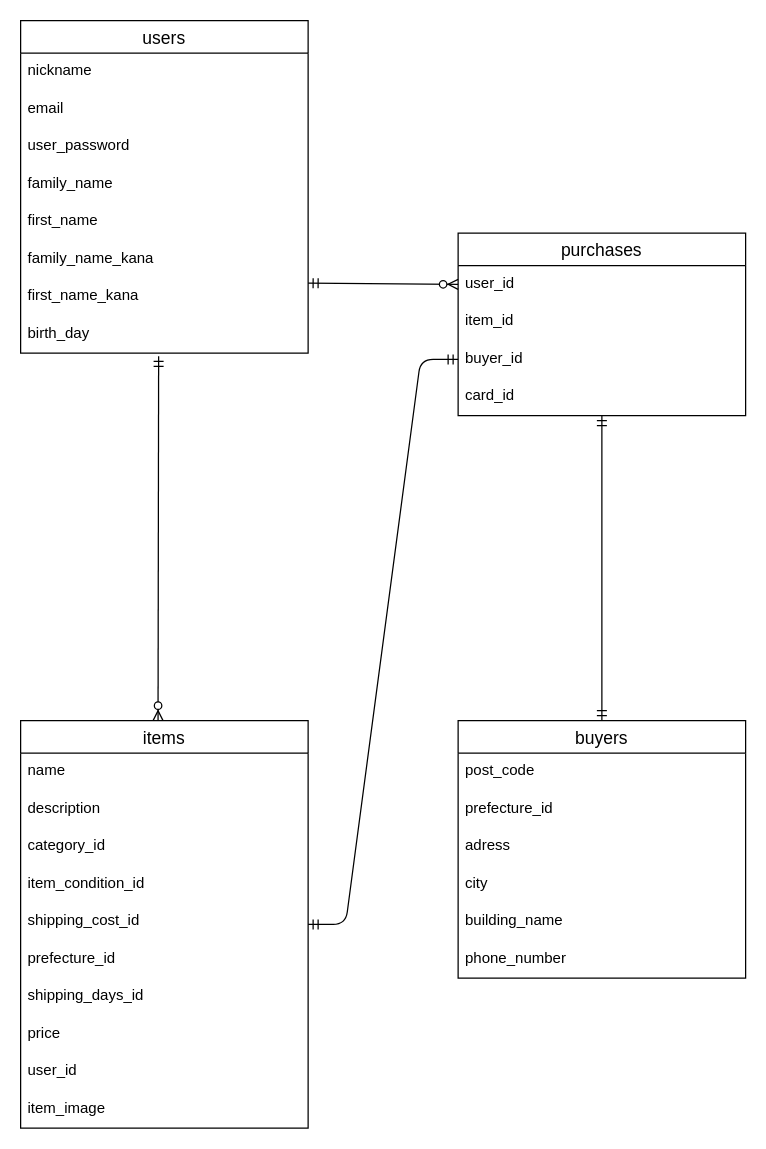
The draw.io diagram test.dio in daisen-you/furima-37337, before the edit. Source tidied: cells renumbered, new cells numbered last; positions are measured from the earlier drawing's top-left corner, leaving out a move shared by most shapes. Both pictures are drawn from the tidied source at 125%, with x=0, y=0 at pixel (20, 20).
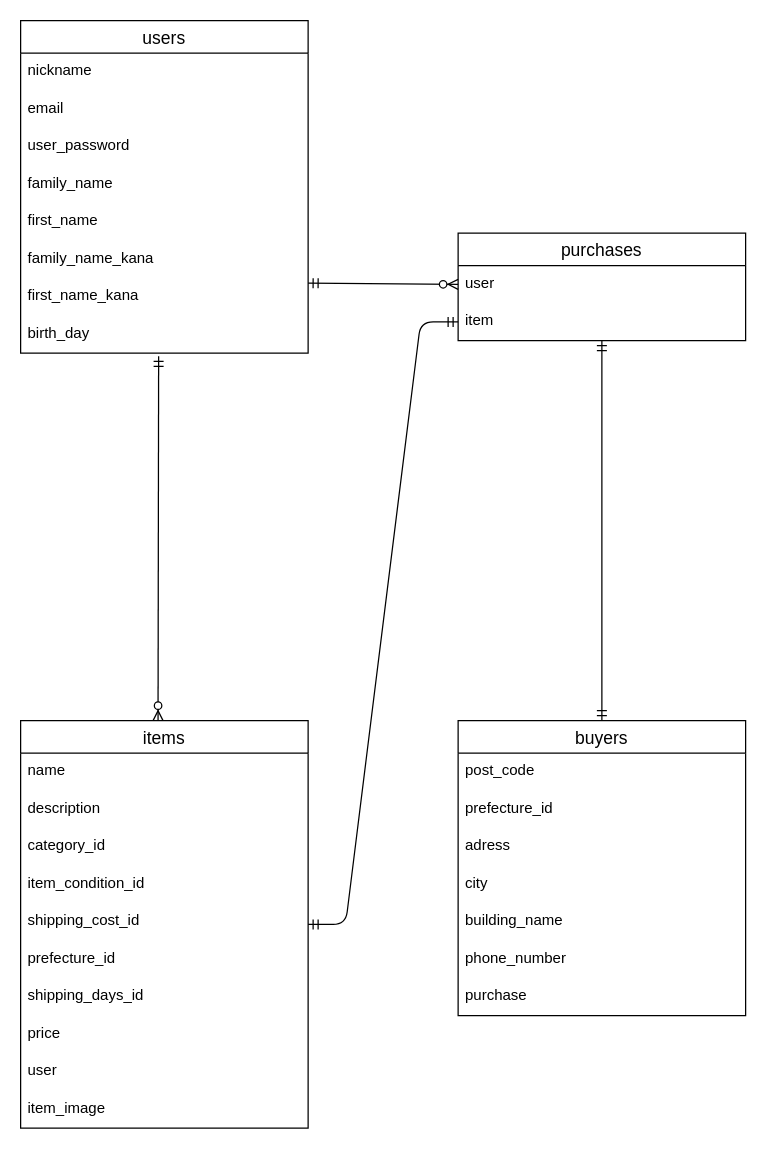
After the change.

The change refers to these unchanged cells:
```xml
<mxCell id="11" value="items" style="swimlane;fontStyle=0;horizontal=1;startSize=26;align=center;fontSize=14;" parent="1" vertex="1">
  <mxGeometry y="560" width="230" height="326" as="geometry" />
</mxCell>
```

Change to the diagram source:
```diff
@@
-    <mxCell id="20" value="user_id" style="text;strokeColor=none;fillColor=none;spacingLeft=4;spacingRight=4;overflow=hidden;fontSize=12;" parent="11" vertex="1">
+    <mxCell id="20" value="user" style="text;strokeColor=none;fillColor=none;spacingLeft=4;spacingRight=4;overflow=hidden;fontSize=12;" parent="11" vertex="1">
       <mxGeometry y="266" width="230" height="30" as="geometry" />
     </mxCell>
@@
     <mxCell id="22" value="buyers" style="swimlane;fontStyle=0;horizontal=1;startSize=26;align=center;fontSize=14;" parent="1" vertex="1">
-      <mxGeometry x="350" y="560" width="230" height="206" as="geometry" />
+      <mxGeometry x="350" y="560" width="230" height="236" as="geometry" />
     </mxCell>
@@
+    <mxCell id="34" value="purchase" style="text;strokeColor=none;fillColor=none;spacingLeft=4;spacingRight=4;overflow=hidden;fontSize=12;" parent="22" vertex="1">
+      <mxGeometry y="206" width="230" height="30" as="geometry" />
+    </mxCell>
@@
     <mxCell id="30" value="purchases" style="swimlane;fontStyle=0;horizontal=1;startSize=26;align=center;fontSize=14;" parent="1" vertex="1">
-      <mxGeometry x="350" y="170" width="230" height="146" as="geometry" />
+      <mxGeometry x="350" y="170" width="230" height="86" as="geometry" />
     </mxCell>
-    <mxCell id="31" value="user_id" style="text;strokeColor=none;fillColor=none;spacingLeft=4;spacingRight=4;overflow=hidden;points=[[0,0.5],[1,0.5]];portConstraint=eastwest;fontSize=12;" parent="30" vertex="1">
+    <mxCell id="31" value="user" style="text;strokeColor=none;fillColor=none;spacingLeft=4;spacingRight=4;overflow=hidden;points=[[0,0.5],[1,0.5]];portConstraint=eastwest;fontSize=12;" parent="30" vertex="1">
       <mxGeometry y="26" width="230" height="30" as="geometry" />
     </mxCell>
-    <mxCell id="32" value="item_id" style="text;strokeColor=none;fillColor=none;spacingLeft=4;spacingRight=4;overflow=hidden;points=[[0,0.5],[1,0.5]];portConstraint=eastwest;fontSize=12;" parent="30" vertex="1">
+    <mxCell id="32" value="item" style="text;strokeColor=none;fillColor=none;spacingLeft=4;spacingRight=4;overflow=hidden;points=[[0,0.5],[1,0.5]];portConstraint=eastwest;fontSize=12;" parent="30" vertex="1">
       <mxGeometry y="56" width="230" height="30" as="geometry" />
     </mxCell>
-    <mxCell id="33" value="buyer_id" style="text;strokeColor=none;fillColor=none;spacingLeft=4;spacingRight=4;overflow=hidden;points=[[0,0.5],[1,0.5]];portConstraint=eastwest;fontSize=12;" parent="30" vertex="1">
-      <mxGeometry y="86" width="230" height="30" as="geometry" />
-    </mxCell>
-    <mxCell id="34" value="card_id" style="text;strokeColor=none;fillColor=none;spacingLeft=4;spacingRight=4;overflow=hidden;fontSize=12;" parent="30" vertex="1">
-      <mxGeometry y="116" width="230" height="30" as="geometry" />
-    </mxCell>
@@
-    <mxCell id="36" style="edgeStyle=entityRelationEdgeStyle;fontSize=12;html=1;endArrow=ERmandOne;startArrow=ERmandOne;entryX=0;entryY=0.5;entryDx=0;entryDy=0;" parent="1" edge="1" source="11" target="33">
+    <mxCell id="36" style="edgeStyle=entityRelationEdgeStyle;fontSize=12;html=1;endArrow=ERmandOne;startArrow=ERmandOne;entryX=0;entryY=0.5;entryDx=0;entryDy=0;" parent="1" edge="1" source="11" target="32">
       <mxGeometry relative="1" as="geometry" />
     </mxCell>
```
